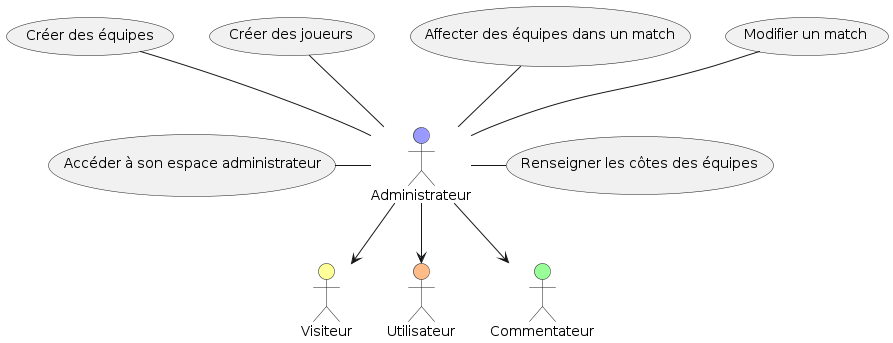
kcdln/Smash-Bowl keeps this PlantUML diagram as #documents/Diagramme de cas d_utilisation - Administrateur.png. Above is the earlier version. Its diagram source:
```plantuml
@startuml
actor Visiteur #ffff99
actor Utilisateur #ffbb88
actor Commentateur #99ff99
actor Administrateur #9999ff

Visiteur <-up- Administrateur
Utilisateur <-up- Administrateur
Commentateur <-up- Administrateur

Administrateur -left- (Accéder à son espace administrateur)
Administrateur -right- (Renseigner les côtes des équipes)
Administrateur -up- (Modifier un match)
Administrateur -up- (Affecter des équipes dans un match)
Administrateur -up- (Créer des joueurs)
Administrateur -up- (Créer des équipes)
@enduml
```
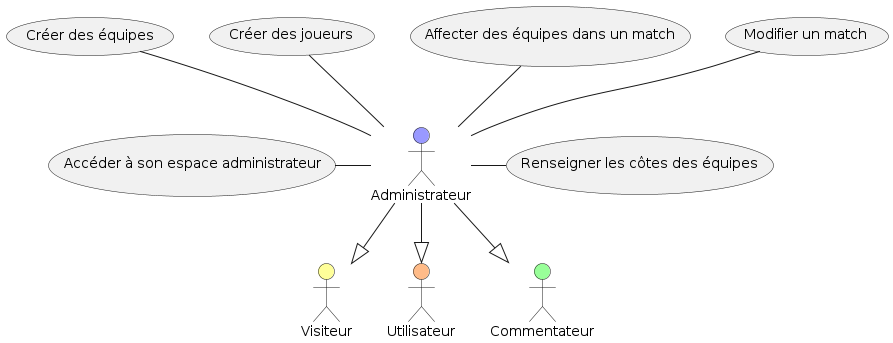
Later version of the same file.

Commit message:
Changes for a better "extend" arrow in usecase diagrams

What changed in the source:
```diff
@@ -4,9 +4,9 @@
 actor Commentateur #99ff99
 actor Administrateur #9999ff
 
-Visiteur <-up- Administrateur
-Utilisateur <-up- Administrateur
-Commentateur <-up- Administrateur
+Visiteur <|-up- Administrateur
+Utilisateur <|-up- Administrateur
+Commentateur <|-up- Administrateur
 
 Administrateur -left- (Accéder à son espace administrateur)
 Administrateur -right- (Renseigner les côtes des équipes)
```
